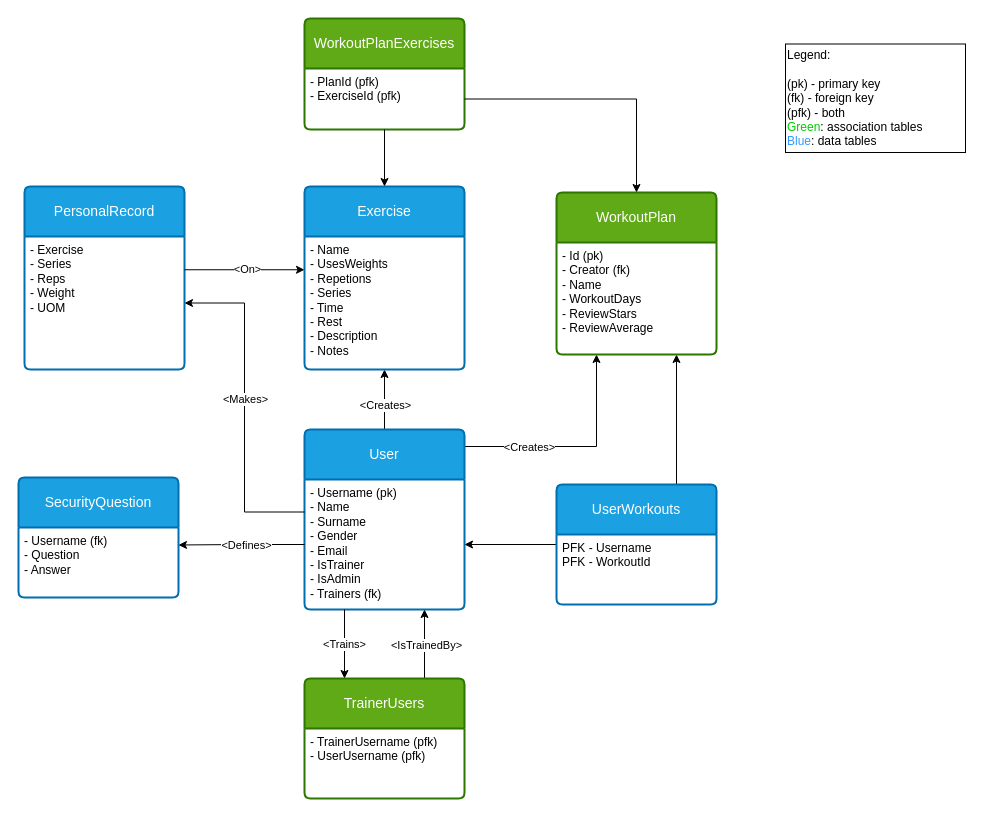
Above: page "ER Schema v2" (1 of 3) of Documents/Database ER schema.drawio in Lewis-Peace/quick-training (draw.io), before the change. Source tidied: cells renumbered, new cells numbered last; positions are measured from the earlier drawing's top-left corner, leaving out a move shared by most shapes. Both pictures are drawn from the tidied source at 100%, with x=0, y=0 at pixel (18, 18).
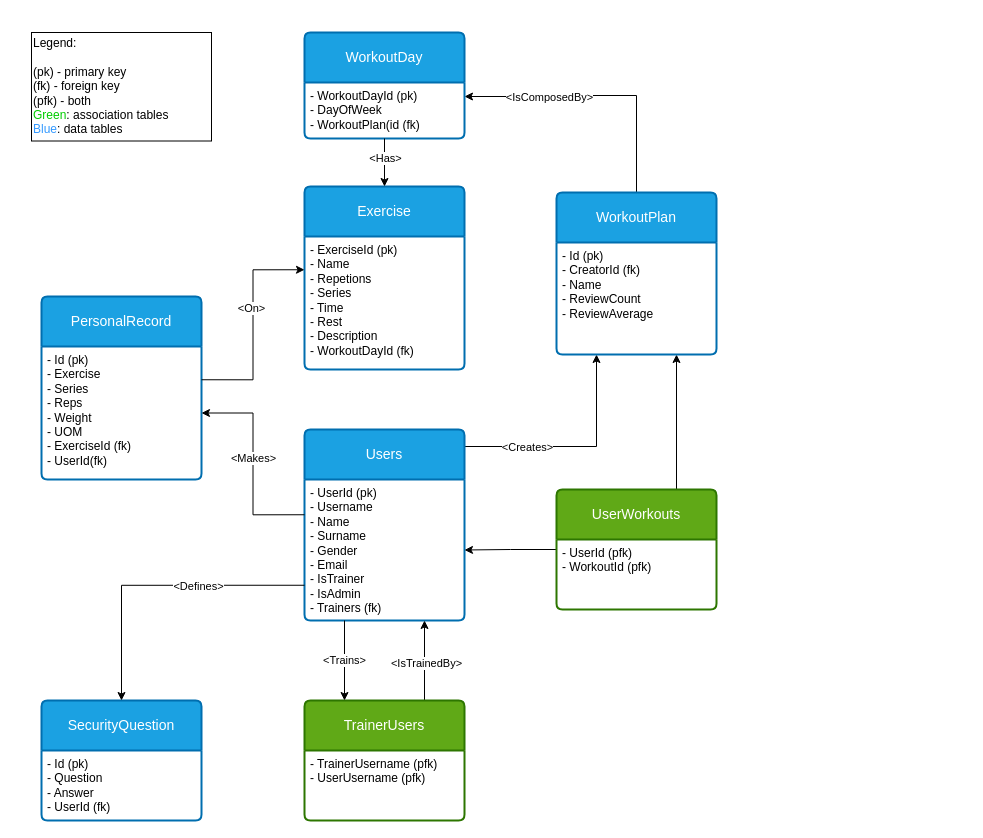
Above is the later version.

Unchanged cells that the change refers to:
```xml
<mxCell id="18" value="Exercise" style="swimlane;horizontal=1;startSize=50;rounded=1;fontSize=14;fontStyle=0;strokeWidth=2;shadow=0;dashed=0;align=center;arcSize=4;whiteSpace=wrap;html=1;fillColor=#1ba1e2;fontColor=#ffffff;strokeColor=#006EAF;" parent="1" vertex="1">
  <mxGeometry x="286" y="168" width="160" height="183" as="geometry" />
</mxCell>
<mxCell id="22" style="edgeStyle=orthogonalEdgeStyle;rounded=0;jettySize=auto;html=1;exitX=1;exitY=0.25;exitDx=0;exitDy=0;entryX=0;entryY=0.25;entryDx=0;entryDy=0;" parent="1" edge="1" source="17" target="19">
  <mxGeometry relative="1" as="geometry" />
</mxCell>
```

The edit, as a diff of the source:
```diff
@@
-    <mxCell id="2" style="edgeStyle=orthogonalEdgeStyle;rounded=0;jettySize=auto;html=1;entryX=0.5;entryY=1;entryDx=0;entryDy=0;" parent="1" edge="1" source="6" target="19">
-      <mxGeometry relative="1" as="geometry" />
-    </mxCell>
-    <mxCell id="3" value="&amp;lt;Creates&amp;gt;" style="edgeLabel;html=1;align=center;verticalAlign=middle;" parent="2" vertex="1">
-      <mxGeometry x="-0.16" relative="1" as="geometry" />
-    </mxCell>
@@
-    <mxCell id="6" value="User" style="swimlane;horizontal=1;startSize=50;rounded=1;fontSize=14;fontStyle=0;strokeWidth=2;shadow=0;dashed=0;align=center;arcSize=4;whiteSpace=wrap;html=1;fillColor=#1ba1e2;fontColor=#ffffff;strokeColor=#006EAF;" parent="1" vertex="1">
-      <mxGeometry x="286" y="411" width="160" height="180" as="geometry" />
+    <mxCell id="6" value="Users" style="swimlane;horizontal=1;startSize=50;rounded=1;fontSize=14;fontStyle=0;strokeWidth=2;shadow=0;dashed=0;align=center;arcSize=4;whiteSpace=wrap;html=1;fillColor=#1ba1e2;fontColor=#ffffff;strokeColor=#006EAF;" parent="1" vertex="1">
+      <mxGeometry x="286" y="411" width="160" height="191" as="geometry" />
     </mxCell>
-    <mxCell id="7" value="- Username (pk)&lt;br&gt;- Name&lt;br&gt;- Surname&lt;br&gt;- Gender&lt;br&gt;- Email&lt;br&gt;- IsTrainer&lt;br&gt;- IsAdmin&lt;br&gt;- Trainers (fk)" style="align=left;strokeColor=none;fillColor=none;spacingLeft=4;fontSize=12;verticalAlign=top;html=1;" parent="6" vertex="1">
-      <mxGeometry y="50" width="160" height="130" as="geometry" />
+    <mxCell id="7" value="- UserId (pk)&lt;br&gt;- Username&lt;br&gt;- Name&lt;br&gt;- Surname&lt;br&gt;- Gender&lt;br&gt;- Email&lt;br&gt;- IsTrainer&lt;br&gt;- IsAdmin&lt;br&gt;- Trainers (fk)" style="align=left;strokeColor=none;fillColor=none;spacingLeft=4;fontSize=12;verticalAlign=top;html=1;" parent="6" vertex="1">
+      <mxGeometry y="50" width="160" height="141" as="geometry" />
     </mxCell>
@@
-    <mxCell id="10" value="UserWorkouts" style="swimlane;horizontal=1;startSize=50;rounded=1;fontSize=14;fontStyle=0;strokeWidth=2;shadow=0;dashed=0;align=center;arcSize=4;whiteSpace=wrap;html=1;fillColor=#1ba1e2;fontColor=#ffffff;strokeColor=#006EAF;" parent="1" vertex="1">
-      <mxGeometry x="538" y="466" width="160" height="120" as="geometry" />
+    <mxCell id="10" value="UserWorkouts" style="swimlane;horizontal=1;startSize=50;rounded=1;fontSize=14;fontStyle=0;strokeWidth=2;shadow=0;dashed=0;align=center;arcSize=4;whiteSpace=wrap;html=1;fillColor=#60a917;fontColor=#ffffff;strokeColor=#2D7600;" parent="1" vertex="1">
+      <mxGeometry x="538" y="471" width="160" height="120" as="geometry" />
     </mxCell>
-    <mxCell id="11" value="PFK - Username&lt;br&gt;PFK - WorkoutId" style="align=left;strokeColor=none;fillColor=none;spacingLeft=4;fontSize=12;verticalAlign=top;html=1;" parent="10" vertex="1">
+    <mxCell id="11" value="- UserId (pfk)&lt;br&gt;- WorkoutId (pfk)" style="align=left;strokeColor=none;fillColor=none;spacingLeft=4;fontSize=12;verticalAlign=top;html=1;" parent="10" vertex="1">
       <mxGeometry y="50" width="160" height="70" as="geometry" />
     </mxCell>
-    <mxCell id="12" value="SecurityQuestion" style="swimlane;horizontal=1;startSize=50;rounded=1;fontSize=14;fontStyle=0;strokeWidth=2;shadow=0;dashed=0;align=center;arcSize=4;whiteSpace=wrap;html=1;fillColor=#1ba1e2;fontColor=#ffffff;strokeColor=#006EAF;" parent="1" vertex="1">
-      <mxGeometry y="459" width="160" height="120" as="geometry" />
-    </mxCell>
-    <mxCell id="13" value="- Username (fk)&lt;br&gt;- Question&lt;br&gt;- Answer" style="align=left;strokeColor=none;fillColor=none;spacingLeft=4;fontSize=12;verticalAlign=top;html=1;" parent="12" vertex="1">
-      <mxGeometry y="50" width="160" height="70" as="geometry" />
-    </mxCell>
-    <mxCell id="14" style="edgeStyle=orthogonalEdgeStyle;rounded=0;jettySize=auto;html=1;entryX=1;entryY=0.25;entryDx=0;entryDy=0;" parent="1" edge="1" source="7" target="13">
-      <mxGeometry relative="1" as="geometry" />
-    </mxCell>
-    <mxCell id="15" value="&amp;lt;Defines&amp;gt;" style="edgeLabel;html=1;align=center;verticalAlign=middle;" parent="14" vertex="1">
-      <mxGeometry x="-0.07" relative="1" as="geometry" />
-    </mxCell>
     <mxCell id="16" value="PersonalRecord" style="swimlane;horizontal=1;startSize=50;rounded=1;fontSize=14;fontStyle=0;strokeWidth=2;shadow=0;dashed=0;align=center;arcSize=4;whiteSpace=wrap;html=1;fillColor=#1ba1e2;fontColor=#ffffff;strokeColor=#006EAF;" parent="1" vertex="1">
-      <mxGeometry x="6" y="168" width="160" height="183" as="geometry" />
+      <mxGeometry x="23" y="278" width="160" height="183" as="geometry" />
     </mxCell>
-    <mxCell id="17" value="- Exercise&lt;br&gt;- Series&lt;br&gt;- Reps&lt;br&gt;- Weight&lt;br&gt;- UOM" style="align=left;strokeColor=none;fillColor=none;spacingLeft=4;fontSize=12;verticalAlign=top;html=1;" parent="16" vertex="1">
+    <mxCell id="17" value="- Id (pk)&lt;br&gt;- Exercise&lt;br&gt;- Series&lt;br&gt;- Reps&lt;br&gt;- Weight&lt;br&gt;- UOM&lt;br&gt;- ExerciseId (fk)&lt;br&gt;- UserId(fk)" style="align=left;strokeColor=none;fillColor=none;spacingLeft=4;fontSize=12;verticalAlign=top;html=1;" parent="16" vertex="1">
       <mxGeometry y="50" width="160" height="133" as="geometry" />
     </mxCell>
@@
-    <mxCell id="19" value="- Name&lt;br&gt;- UsesWeights&lt;br&gt;- Repetions&lt;br&gt;- Series&lt;br&gt;- Time&lt;br&gt;- Rest&lt;br&gt;- Description&lt;br&gt;- Notes" style="align=left;strokeColor=none;fillColor=none;spacingLeft=4;fontSize=12;verticalAlign=top;html=1;" parent="18" vertex="1">
+    <mxCell id="19" value="- ExerciseId (pk)&lt;br&gt;- Name&lt;br&gt;- Repetions&lt;br&gt;- Series&lt;br&gt;- Time&lt;br&gt;- Rest&lt;br&gt;- Description&lt;br&gt;- WorkoutDayId (fk)" style="align=left;strokeColor=none;fillColor=none;spacingLeft=4;fontSize=12;verticalAlign=top;html=1;" parent="18" vertex="1">
       <mxGeometry y="50" width="160" height="133" as="geometry" />
     </mxCell>
@@
     <mxCell id="23" value="&amp;lt;On&amp;gt;" style="edgeLabel;html=1;align=center;verticalAlign=middle;" parent="22" vertex="1">
       <mxGeometry x="-0.32" y="2" relative="1" as="geometry">
-        <mxPoint x="21" y="1" as="offset" />
+        <mxPoint y="-51" as="offset" />
       </mxGeometry>
     </mxCell>
@@
     <mxCell id="26" value="TrainerUsers" style="swimlane;horizontal=1;startSize=50;rounded=1;fontSize=14;fontStyle=0;strokeWidth=2;shadow=0;dashed=0;align=center;arcSize=4;whiteSpace=wrap;html=1;fillColor=#60a917;fontColor=#ffffff;strokeColor=#2D7600;" parent="1" vertex="1">
-      <mxGeometry x="286" y="660" width="160" height="120" as="geometry" />
+      <mxGeometry x="286" y="682" width="160" height="120" as="geometry" />
     </mxCell>
@@
+    <mxCell id="36" style="edgeStyle=orthogonalEdgeStyle;rounded=0;jettySize=auto;html=1;entryX=1;entryY=0.25;entryDx=0;entryDy=0;" parent="1" edge="1" source="28" target="39">
+      <mxGeometry relative="1" as="geometry">
+        <Array as="points">
+          <mxPoint x="618" y="77" />
+          <mxPoint x="492" y="77" />
+        </Array>
+      </mxGeometry>
+    </mxCell>
+    <mxCell id="37" value="&amp;lt;IsComposedBy&amp;gt;" style="edgeLabel;html=1;align=center;verticalAlign=middle;" parent="36" vertex="1">
+      <mxGeometry x="0.36" y="-2" relative="1" as="geometry">
+        <mxPoint x="-1" y="3" as="offset" />
+      </mxGeometry>
+    </mxCell>
-    <mxCell id="28" value="WorkoutPlan" style="swimlane;horizontal=1;startSize=50;rounded=1;fontSize=14;fontStyle=0;strokeWidth=2;shadow=0;dashed=0;align=center;arcSize=4;whiteSpace=wrap;html=1;fillColor=#60a917;fontColor=#ffffff;strokeColor=#2D7600;" parent="1" vertex="1">
+    <mxCell id="28" value="WorkoutPlan" style="swimlane;horizontal=1;startSize=50;rounded=1;fontSize=14;fontStyle=0;strokeWidth=2;shadow=0;dashed=0;align=center;arcSize=4;whiteSpace=wrap;html=1;fillColor=#1ba1e2;fontColor=#ffffff;strokeColor=#006EAF;" parent="1" vertex="1">
       <mxGeometry x="538" y="174" width="160" height="162" as="geometry" />
     </mxCell>
-    <mxCell id="29" value="- Id (pk)&lt;br&gt;- Creator (fk)&lt;br&gt;- Name&lt;br&gt;- WorkoutDays&lt;br&gt;- ReviewStars&lt;br&gt;- ReviewAverage" style="align=left;strokeColor=none;fillColor=none;spacingLeft=4;fontSize=12;verticalAlign=top;html=1;" parent="28" vertex="1">
+    <mxCell id="29" value="- Id (pk)&lt;br&gt;- CreatorId (fk)&lt;br&gt;- Name&lt;br&gt;- ReviewCount&lt;br&gt;- ReviewAverage" style="align=left;strokeColor=none;fillColor=none;spacingLeft=4;fontSize=12;verticalAlign=top;html=1;" parent="28" vertex="1">
       <mxGeometry y="50" width="160" height="112" as="geometry" />
     </mxCell>
-    <mxCell id="30" value="WorkoutPlanExercises" style="swimlane;horizontal=1;startSize=50;rounded=1;fontSize=14;fontStyle=0;strokeWidth=2;shadow=0;dashed=0;align=center;arcSize=4;whiteSpace=wrap;html=1;fillColor=#60a917;fontColor=#ffffff;strokeColor=#2D7600;" parent="1" vertex="1">
-      <mxGeometry x="286" width="160" height="111" as="geometry" />
-    </mxCell>
-    <mxCell id="31" value="- PlanId (pfk)&lt;br&gt;- ExerciseId (pfk)&lt;br&gt;" style="align=left;strokeColor=none;fillColor=none;spacingLeft=4;fontSize=12;verticalAlign=top;html=1;" parent="30" vertex="1">
-      <mxGeometry y="50" width="160" height="61" as="geometry" />
-    </mxCell>
-    <mxCell id="32" style="edgeStyle=orthogonalEdgeStyle;rounded=0;jettySize=auto;html=1;entryX=0.5;entryY=0;entryDx=0;entryDy=0;" parent="1" edge="1" source="31" target="18">
-      <mxGeometry relative="1" as="geometry" />
-    </mxCell>
-    <mxCell id="33" style="edgeStyle=orthogonalEdgeStyle;rounded=0;jettySize=auto;html=1;entryX=0.5;entryY=0;entryDx=0;entryDy=0;" parent="1" edge="1" source="31" target="28">
-      <mxGeometry relative="1" as="geometry" />
-    </mxCell>
@@
     <mxCell id="35" value="Legend:&lt;br&gt;&lt;br&gt;(pk) - primary key&lt;br&gt;(fk) - foreign key&lt;br&gt;(pfk) - both&lt;br&gt;&lt;font color=&quot;#00cc00&quot;&gt;Green&lt;/font&gt;: association tables&lt;br&gt;&lt;font color=&quot;#3399ff&quot;&gt;Blue&lt;/font&gt;: data tables" style="rounded=0;whiteSpace=wrap;html=1;align=left;" parent="1" vertex="1">
-      <mxGeometry x="767" y="25.5" width="180" height="108.5" as="geometry" />
+      <mxGeometry x="13" y="14" width="180" height="108.5" as="geometry" />
     </mxCell>
+    <mxCell id="38" value="WorkoutDay" style="swimlane;horizontal=1;startSize=50;rounded=1;fontSize=14;fontStyle=0;strokeWidth=2;shadow=0;dashed=0;align=center;arcSize=4;whiteSpace=wrap;html=1;fillColor=#1ba1e2;fontColor=#ffffff;strokeColor=#006EAF;" parent="1" vertex="1">
+      <mxGeometry x="286" y="14" width="160" height="106" as="geometry" />
+    </mxCell>
+    <mxCell id="39" value="- WorkoutDayId (pk)&lt;br&gt;- DayOfWeek&lt;br&gt;- WorkoutPlan(id (fk)" style="align=left;strokeColor=none;fillColor=none;spacingLeft=4;fontSize=12;verticalAlign=top;html=1;" parent="38" vertex="1">
+      <mxGeometry y="50" width="160" height="56" as="geometry" />
+    </mxCell>
+    <mxCell id="12" value="SecurityQuestion" style="swimlane;horizontal=1;startSize=50;rounded=1;fontSize=14;fontStyle=0;strokeWidth=2;shadow=0;dashed=0;align=center;arcSize=4;whiteSpace=wrap;html=1;fillColor=#1ba1e2;fontColor=#ffffff;strokeColor=#006EAF;" parent="1" vertex="1">
+      <mxGeometry x="23" y="682" width="160" height="120" as="geometry" />
+    </mxCell>
+    <mxCell id="40" value="- Id (pk)&lt;br&gt;- Question&lt;br&gt;- Answer&lt;br&gt;- UserId (fk)" style="align=left;strokeColor=none;fillColor=none;spacingLeft=4;fontSize=12;verticalAlign=top;html=1;" parent="12" vertex="1">
+      <mxGeometry y="50" width="160" height="70" as="geometry" />
+    </mxCell>
+    <mxCell id="41" style="edgeStyle=orthogonalEdgeStyle;rounded=0;jettySize=auto;html=1;exitX=0;exitY=0.75;exitDx=0;exitDy=0;entryX=0.5;entryY=0;entryDx=0;entryDy=0;" parent="1" edge="1" source="7" target="12">
+      <mxGeometry relative="1" as="geometry" />
+    </mxCell>
+    <mxCell id="15" value="&amp;lt;Defines&amp;gt;" style="edgeLabel;html=1;align=center;verticalAlign=middle;" parent="41" vertex="1">
+      <mxGeometry x="-0.28" y="1" relative="1" as="geometry" />
+    </mxCell>
+    <mxCell id="42" style="edgeStyle=orthogonalEdgeStyle;rounded=0;jettySize=auto;html=1;entryX=0.5;entryY=0;entryDx=0;entryDy=0;" parent="1" edge="1" source="39" target="18">
+      <mxGeometry relative="1" as="geometry">
+        <Array as="points">
+          <mxPoint x="366" y="134" />
+          <mxPoint x="366" y="134" />
+        </Array>
+      </mxGeometry>
+    </mxCell>
+    <mxCell id="43" value="&amp;lt;Has&amp;gt;" style="edgeLabel;html=1;align=center;verticalAlign=middle;" parent="42" vertex="1">
+      <mxGeometry x="0.14" y="2" relative="1" as="geometry">
+        <mxPoint x="-2" y="-8" as="offset" />
+      </mxGeometry>
+    </mxCell>
```
